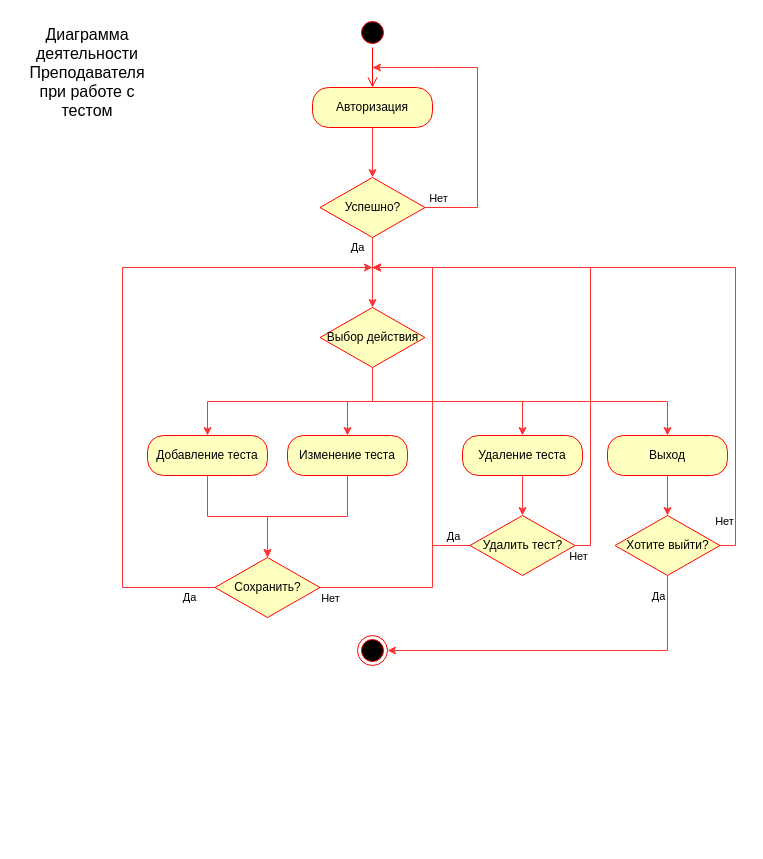
Before: page "Activity Teacher - Test" (13 of 14) of UML.drawio in FaridunSalimzoda/myvkr, a draw.io diagram. Source tidied: cells renumbered, new cells numbered last; positions are measured from the earlier drawing's top-left corner, leaving out a move shared by most shapes. Both pictures are drawn from the tidied source at 100%, with x=0, y=0 at pixel (17, 17).
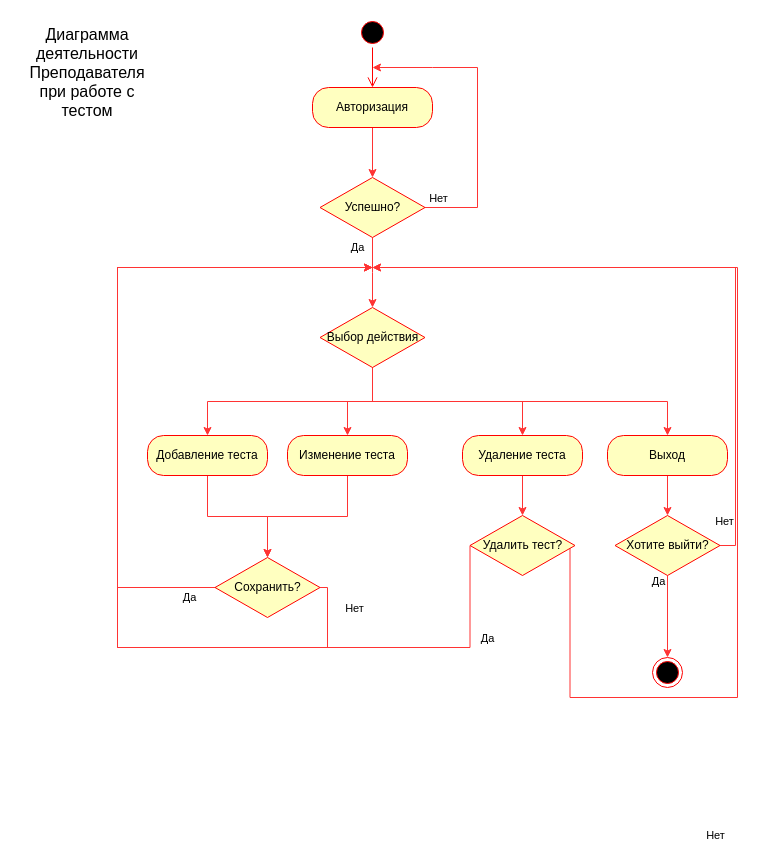
The same page after the edit.

Unchanged cells that the change refers to:
```xml
<mxCell id="22" value="Сохранить?" style="rhombus;whiteSpace=wrap;html=1;fillColor=#ffffc0;strokeColor=#ff0000;" parent="1" vertex="1">
  <mxGeometry x="197.5" y="540" width="105" height="60" as="geometry" />
</mxCell>
<mxCell id="27" value="Удалить тест?" style="rhombus;whiteSpace=wrap;html=1;fillColor=#ffffc0;strokeColor=#ff0000;" parent="1" vertex="1">
  <mxGeometry x="452.5" y="498" width="105" height="60" as="geometry" />
</mxCell>
<mxCell id="33" value="Хотите выйти?" style="rhombus;whiteSpace=wrap;html=1;fillColor=#ffffc0;strokeColor=#ff0000;" parent="1" vertex="1">
  <mxGeometry x="597.5" y="498" width="105" height="60" as="geometry" />
</mxCell>
```

Diff of the diagram source:
```diff
@@
     <mxCell id="19" value="Да" style="edgeStyle=orthogonalEdgeStyle;rounded=0;orthogonalLoop=1;jettySize=auto;html=1;exitX=0;exitY=0.5;exitDx=0;exitDy=0;strokeColor=#FF3333;" parent="1" edge="1">
       <mxGeometry x="-0.92" y="10" relative="1" as="geometry">
         <mxPoint x="198.5" y="570" as="sourcePoint" />
         <mxPoint x="355" y="250" as="targetPoint" />
         <Array as="points">
-          <mxPoint x="105" y="570" />
-          <mxPoint x="105" y="250" />
+          <mxPoint x="100" y="570" />
+          <mxPoint x="100" y="250" />
         </Array>
       </mxGeometry>
     </mxCell>
-    <mxCell id="20" style="edgeStyle=orthogonalEdgeStyle;rounded=0;orthogonalLoop=1;jettySize=auto;html=1;exitX=1;exitY=0.5;exitDx=0;exitDy=0;strokeColor=#FF3333;" parent="1" edge="1">
+    <mxCell id="20" style="edgeStyle=orthogonalEdgeStyle;rounded=0;jettySize=auto;html=1;exitX=1;exitY=0.5;exitDx=0;exitDy=0;strokeColor=#FF3333;" parent="1" edge="1" source="22">
       <mxGeometry relative="1" as="geometry">
-        <mxPoint x="297.5" y="570" as="sourcePoint" />
         <mxPoint x="355" y="250" as="targetPoint" />
         <Array as="points">
-          <mxPoint x="415" y="570" />
-          <mxPoint x="415" y="250" />
+          <mxPoint x="310" y="570" />
+          <mxPoint x="310" y="630" />
+          <mxPoint x="100" y="630" />
+          <mxPoint x="100" y="250" />
         </Array>
       </mxGeometry>
     </mxCell>
     <mxCell id="21" value="Нет" style="edgeLabel;html=1;align=center;verticalAlign=middle;" parent="20" vertex="1">
       <mxGeometry x="-0.84" relative="1" as="geometry">
-        <mxPoint x="-25" y="10" as="offset" />
+        <mxPoint x="32" y="-40" as="offset" />
       </mxGeometry>
     </mxCell>
@@
     <mxCell id="23" style="edgeStyle=orthogonalEdgeStyle;rounded=0;jettySize=auto;html=1;exitX=0;exitY=0.5;exitDx=0;exitDy=0;strokeColor=#FF3333;" parent="1" edge="1" source="27">
       <mxGeometry relative="1" as="geometry">
         <mxPoint x="355" y="250" as="targetPoint" />
         <Array as="points">
-          <mxPoint x="415" y="528" />
-          <mxPoint x="415" y="250" />
+          <mxPoint x="453" y="630" />
+          <mxPoint x="100" y="630" />
+          <mxPoint x="100" y="250" />
         </Array>
       </mxGeometry>
     </mxCell>
@@
     <mxCell id="25" style="edgeStyle=orthogonalEdgeStyle;rounded=0;orthogonalLoop=1;jettySize=auto;html=1;exitX=1;exitY=0.5;exitDx=0;exitDy=0;strokeColor=#FF3333;" parent="1" edge="1">
       <mxGeometry relative="1" as="geometry">
         <mxPoint x="552.5" y="528" as="sourcePoint" />
         <mxPoint x="355" y="250" as="targetPoint" />
         <Array as="points">
-          <mxPoint x="573" y="528" />
-          <mxPoint x="573" y="250" />
+          <mxPoint x="553" y="680" />
+          <mxPoint x="720" y="680" />
+          <mxPoint x="720" y="250" />
         </Array>
       </mxGeometry>
     </mxCell>
@@
     <mxCell id="28" style="ellipse;html=1;shape=endState;fillColor=#000000;strokeColor=#ff0000;" parent="1" vertex="1">
-      <mxGeometry x="340" y="618" width="30" height="30" as="geometry" />
+      <mxGeometry x="635" y="640" width="30" height="30" as="geometry" />
     </mxCell>
-    <mxCell id="29" style="edgeStyle=orthogonalEdgeStyle;rounded=0;jettySize=auto;html=1;exitX=0.5;exitY=1;exitDx=0;exitDy=0;entryX=1;entryY=0.5;entryDx=0;entryDy=0;strokeColor=#FF3333;" parent="1" edge="1" source="33" target="28">
+    <mxCell id="29" style="edgeStyle=orthogonalEdgeStyle;rounded=0;jettySize=auto;html=1;exitX=0.5;exitY=1;exitDx=0;exitDy=0;strokeColor=#FF3333;entryX=0.5;entryY=0;entryDx=0;entryDy=0;" parent="1" edge="1" source="33" target="28">
       <mxGeometry relative="1" as="geometry" />
     </mxCell>
```
